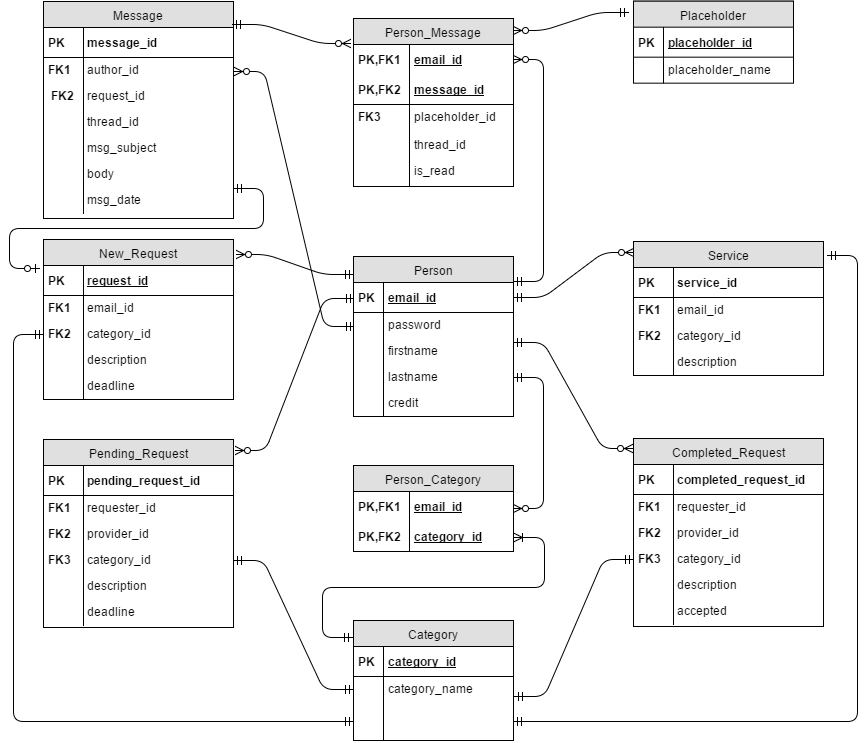
This is ERDiagram.png from Sarin1204/DBFiverr, a draw.io export, as it was before one commit. Source tidied: cells renumbered, new cells last; positions are measured from the earlier drawing's top-left corner, leaving out a move shared by most shapes.
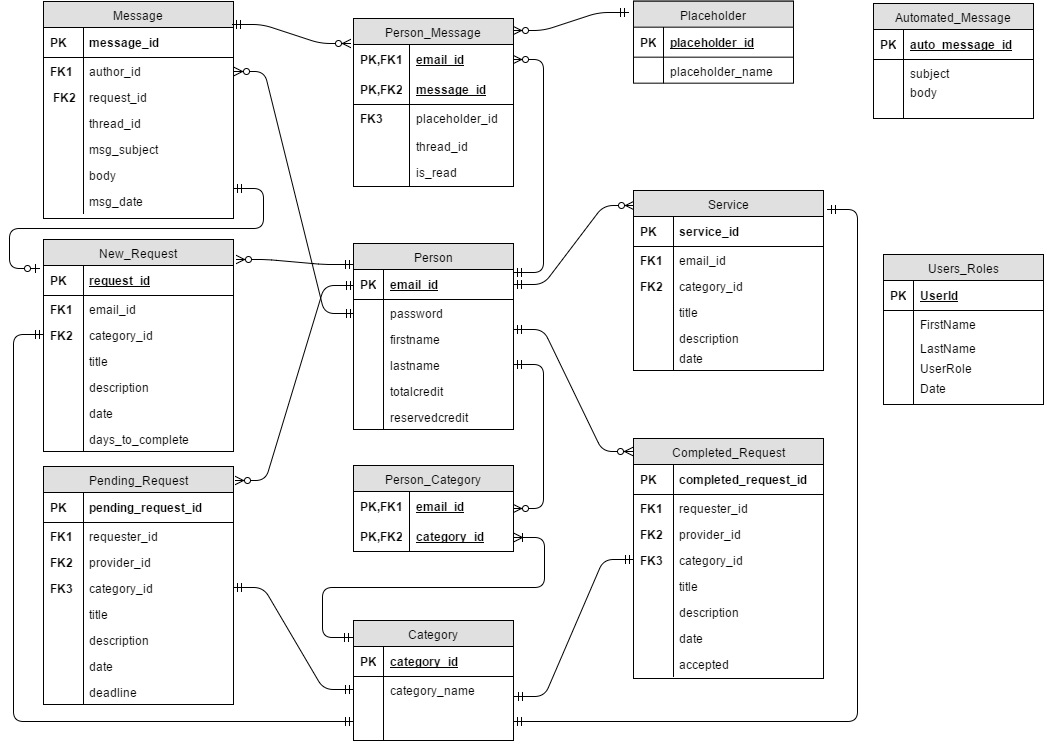
After the commit.

Change to the diagram source:
```diff
@@ -29,3 +29,3 @@
     <mxCell id="10" value="New_Request" style="swimlane;html=1;fontStyle=0;horizontal=1;startSize=26;fillColor=#e0e0e0;swimlaneFillColor=#ffffff;align=center;direction=east;" parent="1" vertex="1">
-      <mxGeometry x="4" y="238" width="190" height="160" as="geometry" />
+      <mxGeometry x="4" y="238" width="190" height="212" as="geometry" />
     </mxCell>
@@ -49,4 +49,10 @@
     </mxCell>
+    <mxCell id="118" value="&amp;nbsp; &amp;nbsp;title" style="shape=partialRectangle;top=0;left=0;right=0;bottom=0;html=1;align=left;verticalAlign=top;fillColor=none;spacingLeft=34;spacingRight=4;whiteSpace=wrap;overflow=hidden;" parent="10" vertex="1">
+      <mxGeometry y="108" width="190" height="26" as="geometry" />
+    </mxCell>
+    <mxCell id="119" style="shape=partialRectangle;top=0;left=0;bottom=0;html=1;fillColor=none;align=left;verticalAlign=top;spacingLeft=4;spacingRight=4;whiteSpace=wrap;overflow=hidden;" parent="118" vertex="1">
+      <mxGeometry width="40" height="26" as="geometry" />
+    </mxCell>
     <mxCell id="17" value="&amp;nbsp; &amp;nbsp;description" style="shape=partialRectangle;top=0;left=0;right=0;bottom=0;html=1;align=left;verticalAlign=top;fillColor=none;spacingLeft=34;spacingRight=4;whiteSpace=wrap;overflow=hidden;" parent="10" vertex="1">
-      <mxGeometry y="108" width="190" height="26" as="geometry" />
+      <mxGeometry y="134" width="190" height="26" as="geometry" />
     </mxCell>
@@ -55,4 +61,4 @@
     </mxCell>
-    <mxCell id="19" value="&amp;nbsp; &amp;nbsp;deadline" style="shape=partialRectangle;top=0;left=0;right=0;bottom=0;html=1;align=left;verticalAlign=top;fillColor=none;spacingLeft=34;spacingRight=4;whiteSpace=wrap;overflow=hidden;" parent="10" vertex="1">
-      <mxGeometry y="134" width="190" height="26" as="geometry" />
+    <mxCell id="19" value="&amp;nbsp; &amp;nbsp;date" style="shape=partialRectangle;top=0;left=0;right=0;bottom=0;html=1;align=left;verticalAlign=top;fillColor=none;spacingLeft=34;spacingRight=4;whiteSpace=wrap;overflow=hidden;" parent="10" vertex="1">
+      <mxGeometry y="160" width="190" height="26" as="geometry" />
     </mxCell>
@@ -61,2 +67,8 @@
     </mxCell>
+    <mxCell id="120" value="&amp;nbsp; &amp;nbsp;days_to_complete" style="shape=partialRectangle;top=0;left=0;right=0;bottom=0;html=1;align=left;verticalAlign=top;fillColor=none;spacingLeft=34;spacingRight=4;whiteSpace=wrap;overflow=hidden;" parent="10" vertex="1">
+      <mxGeometry y="186" width="190" height="26" as="geometry" />
+    </mxCell>
+    <mxCell id="121" style="shape=partialRectangle;top=0;left=0;bottom=0;html=1;fillColor=none;align=left;verticalAlign=top;spacingLeft=4;spacingRight=4;whiteSpace=wrap;overflow=hidden;" parent="120" vertex="1">
+      <mxGeometry width="40" height="26" as="geometry" />
+    </mxCell>
     <mxCell id="21" value="&lt;span&gt;Person_Message&lt;/span&gt;" style="swimlane;html=1;fontStyle=0;horizontal=1;startSize=26;fillColor=#e0e0e0;swimlaneFillColor=#ffffff;align=center;" parent="1" vertex="1">
@@ -110,3 +122,3 @@
     <mxCell id="37" value="&lt;span&gt;Service&lt;/span&gt;" style="swimlane;html=1;fontStyle=0;horizontal=1;startSize=26;fillColor=#e0e0e0;swimlaneFillColor=#ffffff;align=center;direction=east;" parent="1" vertex="1">
-      <mxGeometry x="594" y="240" width="190" height="134" as="geometry" />
+      <mxGeometry x="594" y="189" width="190" height="180" as="geometry" />
     </mxCell>
@@ -130,10 +142,16 @@
     </mxCell>
+    <mxCell id="122" value="&amp;nbsp; &amp;nbsp;title" style="shape=partialRectangle;top=0;left=0;right=0;bottom=0;html=1;align=left;verticalAlign=top;fillColor=none;spacingLeft=34;spacingRight=4;whiteSpace=wrap;overflow=hidden;" parent="37" vertex="1">
+      <mxGeometry y="108" width="190" height="26" as="geometry" />
+    </mxCell>
+    <mxCell id="123" style="shape=partialRectangle;top=0;left=0;bottom=0;html=1;fillColor=none;align=left;verticalAlign=top;spacingLeft=4;spacingRight=4;whiteSpace=wrap;overflow=hidden;" parent="122" vertex="1">
+      <mxGeometry width="40" height="26" as="geometry" />
+    </mxCell>
     <mxCell id="44" value="&amp;nbsp; &amp;nbsp;description" style="shape=partialRectangle;top=0;left=0;right=0;bottom=0;html=1;align=left;verticalAlign=top;fillColor=none;spacingLeft=34;spacingRight=4;whiteSpace=wrap;overflow=hidden;" parent="37" vertex="1">
-      <mxGeometry y="108" width="190" height="26" as="geometry" />
+      <mxGeometry y="134" width="190" height="26" as="geometry" />
     </mxCell>
-    <mxCell id="45" style="shape=partialRectangle;top=0;left=0;bottom=0;html=1;fillColor=none;align=left;verticalAlign=top;spacingLeft=4;spacingRight=4;whiteSpace=wrap;overflow=hidden;" parent="44" vertex="1">
-      <mxGeometry width="40" height="26" as="geometry" />
-    </mxCell>
+    <mxCell id="124" style="shape=partialRectangle;top=0;left=0;bottom=0;html=1;fillColor=none;align=left;verticalAlign=top;spacingLeft=4;spacingRight=4;whiteSpace=wrap;overflow=hidden;" parent="44" vertex="1">
+      <mxGeometry width="40" height="26" as="geometry" />
+    </mxCell>
     <mxCell id="46" value="&lt;span&gt;Pending_Request&lt;/span&gt;" style="swimlane;html=1;fontStyle=0;horizontal=1;startSize=26;fillColor=#e0e0e0;swimlaneFillColor=#ffffff;align=center;direction=east;" parent="1" vertex="1">
-      <mxGeometry x="4" y="438" width="190" height="188" as="geometry" />
+      <mxGeometry x="4" y="465" width="190" height="238" as="geometry" />
     </mxCell>
@@ -163,3 +181,3 @@
     </mxCell>
-    <mxCell id="55" value="&amp;nbsp; &amp;nbsp;description" style="shape=partialRectangle;top=0;left=0;right=0;bottom=0;html=1;align=left;verticalAlign=top;fillColor=none;spacingLeft=34;spacingRight=4;whiteSpace=wrap;overflow=hidden;" parent="46" vertex="1">
+    <mxCell id="55" value="&amp;nbsp; &amp;nbsp;title" style="shape=partialRectangle;top=0;left=0;right=0;bottom=0;html=1;align=left;verticalAlign=top;fillColor=none;spacingLeft=34;spacingRight=4;whiteSpace=wrap;overflow=hidden;" parent="46" vertex="1">
       <mxGeometry y="134" width="190" height="26" as="geometry" />
@@ -169,3 +187,3 @@
     </mxCell>
-    <mxCell id="57" value="&amp;nbsp; &amp;nbsp;deadline" style="shape=partialRectangle;top=0;left=0;right=0;bottom=0;html=1;align=left;verticalAlign=top;fillColor=none;spacingLeft=34;spacingRight=4;whiteSpace=wrap;overflow=hidden;" parent="46" vertex="1">
+    <mxCell id="57" value="&amp;nbsp; &amp;nbsp;description" style="shape=partialRectangle;top=0;left=0;right=0;bottom=0;html=1;align=left;verticalAlign=top;fillColor=none;spacingLeft=34;spacingRight=4;whiteSpace=wrap;overflow=hidden;" parent="46" vertex="1">
       <mxGeometry y="160" width="190" height="26" as="geometry" />
@@ -175,4 +193,16 @@
     </mxCell>
+    <mxCell id="125" value="&amp;nbsp; &amp;nbsp;date" style="shape=partialRectangle;top=0;left=0;right=0;bottom=0;html=1;align=left;verticalAlign=top;fillColor=none;spacingLeft=34;spacingRight=4;whiteSpace=wrap;overflow=hidden;" parent="46" vertex="1">
+      <mxGeometry y="186" width="190" height="26" as="geometry" />
+    </mxCell>
+    <mxCell id="126" style="shape=partialRectangle;top=0;left=0;bottom=0;html=1;fillColor=none;align=left;verticalAlign=top;spacingLeft=4;spacingRight=4;whiteSpace=wrap;overflow=hidden;" parent="125" vertex="1">
+      <mxGeometry width="40" height="26" as="geometry" />
+    </mxCell>
+    <mxCell id="127" value="&amp;nbsp; &amp;nbsp;deadline" style="shape=partialRectangle;top=0;left=0;right=0;bottom=0;html=1;align=left;verticalAlign=top;fillColor=none;spacingLeft=34;spacingRight=4;whiteSpace=wrap;overflow=hidden;" parent="46" vertex="1">
+      <mxGeometry y="212" width="190" height="26" as="geometry" />
+    </mxCell>
+    <mxCell id="128" style="shape=partialRectangle;top=0;left=0;bottom=0;html=1;fillColor=none;align=left;verticalAlign=top;spacingLeft=4;spacingRight=4;whiteSpace=wrap;overflow=hidden;" parent="127" vertex="1">
+      <mxGeometry width="40" height="26" as="geometry" />
+    </mxCell>
     <mxCell id="59" value="&lt;span&gt;Completed_Request&lt;/span&gt;&lt;br&gt;" style="swimlane;html=1;fontStyle=0;horizontal=1;startSize=26;fillColor=#e0e0e0;swimlaneFillColor=#ffffff;align=center;direction=east;" parent="1" vertex="1">
-      <mxGeometry x="594" y="437" width="190" height="188" as="geometry" />
+      <mxGeometry x="594" y="437" width="190" height="240" as="geometry" />
     </mxCell>
@@ -202,3 +232,3 @@
     </mxCell>
-    <mxCell id="68" value="&amp;nbsp; &amp;nbsp;description" style="shape=partialRectangle;top=0;left=0;right=0;bottom=0;html=1;align=left;verticalAlign=top;fillColor=none;spacingLeft=34;spacingRight=4;whiteSpace=wrap;overflow=hidden;" parent="59" vertex="1">
+    <mxCell id="68" value="&amp;nbsp; &amp;nbsp;title" style="shape=partialRectangle;top=0;left=0;right=0;bottom=0;html=1;align=left;verticalAlign=top;fillColor=none;spacingLeft=34;spacingRight=4;whiteSpace=wrap;overflow=hidden;" parent="59" vertex="1">
       <mxGeometry y="134" width="190" height="26" as="geometry" />
@@ -208,3 +238,3 @@
     </mxCell>
-    <mxCell id="70" value="&amp;nbsp; &amp;nbsp;accepted" style="shape=partialRectangle;top=0;left=0;right=0;bottom=0;html=1;align=left;verticalAlign=top;fillColor=none;spacingLeft=34;spacingRight=4;whiteSpace=wrap;overflow=hidden;" parent="59" vertex="1">
+    <mxCell id="70" value="&amp;nbsp; &amp;nbsp;description" style="shape=partialRectangle;top=0;left=0;right=0;bottom=0;html=1;align=left;verticalAlign=top;fillColor=none;spacingLeft=34;spacingRight=4;whiteSpace=wrap;overflow=hidden;" parent="59" vertex="1">
       <mxGeometry y="160" width="190" height="26" as="geometry" />
@@ -214,2 +244,14 @@
     </mxCell>
+    <mxCell id="129" value="&amp;nbsp; &amp;nbsp;date" style="shape=partialRectangle;top=0;left=0;right=0;bottom=0;html=1;align=left;verticalAlign=top;fillColor=none;spacingLeft=34;spacingRight=4;whiteSpace=wrap;overflow=hidden;" parent="59" vertex="1">
+      <mxGeometry y="186" width="190" height="26" as="geometry" />
+    </mxCell>
+    <mxCell id="130" style="shape=partialRectangle;top=0;left=0;bottom=0;html=1;fillColor=none;align=left;verticalAlign=top;spacingLeft=4;spacingRight=4;whiteSpace=wrap;overflow=hidden;" parent="129" vertex="1">
+      <mxGeometry width="40" height="26" as="geometry" />
+    </mxCell>
+    <mxCell id="131" value="&amp;nbsp; &amp;nbsp;accepted" style="shape=partialRectangle;top=0;left=0;right=0;bottom=0;html=1;align=left;verticalAlign=top;fillColor=none;spacingLeft=34;spacingRight=4;whiteSpace=wrap;overflow=hidden;" parent="59" vertex="1">
+      <mxGeometry y="212" width="190" height="26" as="geometry" />
+    </mxCell>
+    <mxCell id="132" style="shape=partialRectangle;top=0;left=0;bottom=0;html=1;fillColor=none;align=left;verticalAlign=top;spacingLeft=4;spacingRight=4;whiteSpace=wrap;overflow=hidden;" parent="131" vertex="1">
+      <mxGeometry width="40" height="26" as="geometry" />
+    </mxCell>
     <mxCell id="72" value="&lt;span&gt;Message&lt;/span&gt;&lt;br&gt;" style="swimlane;html=1;fontStyle=0;horizontal=1;startSize=26;fillColor=#e0e0e0;swimlaneFillColor=#ffffff;align=center;direction=east;" parent="1" vertex="1">
@@ -296,3 +338,3 @@
     <mxCell id="99" value="Person" style="swimlane;html=1;fontStyle=0;horizontal=1;startSize=26;fillColor=#e0e0e0;swimlaneFillColor=#ffffff;align=center;" parent="1" vertex="1">
-      <mxGeometry x="314" y="255" width="160" height="160" as="geometry" />
+      <mxGeometry x="314" y="242" width="160" height="186" as="geometry" />
     </mxCell>
@@ -322,3 +364,3 @@
     </mxCell>
-    <mxCell id="108" value="credit" style="shape=partialRectangle;top=0;left=0;right=0;bottom=0;html=1;align=left;verticalAlign=top;fillColor=none;spacingLeft=34;spacingRight=4;whiteSpace=wrap;overflow=hidden;" parent="99" vertex="1">
+    <mxCell id="108" value="totalcredit" style="shape=partialRectangle;top=0;left=0;right=0;bottom=0;html=1;align=left;verticalAlign=top;fillColor=none;spacingLeft=34;spacingRight=4;whiteSpace=wrap;overflow=hidden;" parent="99" vertex="1">
       <mxGeometry y="134" width="160" height="26" as="geometry" />
@@ -328,2 +370,8 @@
     </mxCell>
+    <mxCell id="133" value="reservedcredit" style="shape=partialRectangle;top=0;left=0;right=0;bottom=0;html=1;align=left;verticalAlign=top;fillColor=none;spacingLeft=34;spacingRight=4;whiteSpace=wrap;overflow=hidden;" parent="99" vertex="1">
+      <mxGeometry y="160" width="160" height="26" as="geometry" />
+    </mxCell>
+    <mxCell id="134" style="shape=partialRectangle;top=0;left=0;bottom=0;html=1;fillColor=none;align=left;verticalAlign=top;spacingLeft=4;spacingRight=4;whiteSpace=wrap;overflow=hidden;" parent="133" vertex="1">
+      <mxGeometry width="30" height="26" as="geometry" />
+    </mxCell>
     <mxCell id="110" style="edgeStyle=entityRelationEdgeStyle;html=1;endArrow=ERmandOne;startArrow=ERmandOne;exitX=1;exitY=0.5;entryX=0;entryY=0.5;" parent="1" edge="1" source="53" target="6">
@@ -355,2 +403,62 @@
     </mxCell>
+    <mxCell id="135" value="Automated_Message" style="swimlane;html=1;fontStyle=0;horizontal=1;startSize=26;fillColor=#e0e0e0;swimlaneFillColor=#ffffff;align=center;" parent="1" vertex="1">
+      <mxGeometry x="834" y="2" width="160" height="115" as="geometry" />
+    </mxCell>
+    <mxCell id="136" value="auto_message_id" style="shape=partialRectangle;top=0;left=0;right=0;bottom=1;html=1;align=left;verticalAlign=middle;fillColor=none;spacingLeft=34;spacingRight=4;whiteSpace=wrap;overflow=hidden;fontStyle=5;" parent="135" vertex="1">
+      <mxGeometry y="26" width="160" height="30" as="geometry" />
+    </mxCell>
+    <mxCell id="137" value="&lt;b&gt;PK&lt;/b&gt;" style="shape=partialRectangle;top=0;left=0;bottom=0;html=1;fillColor=none;align=left;verticalAlign=middle;spacingLeft=4;spacingRight=4;whiteSpace=wrap;overflow=hidden;" parent="136" vertex="1">
+      <mxGeometry width="30" height="30" as="geometry" />
+    </mxCell>
+    <mxCell id="138" value="subject" style="shape=partialRectangle;top=0;left=0;right=0;bottom=0;html=1;align=left;verticalAlign=top;fillColor=none;spacingLeft=34;spacingRight=4;whiteSpace=wrap;overflow=hidden;" parent="135" vertex="1">
+      <mxGeometry y="56" width="160" height="26" as="geometry" />
+    </mxCell>
+    <mxCell id="139" style="shape=partialRectangle;top=0;left=0;bottom=0;html=1;fillColor=none;align=left;verticalAlign=top;spacingLeft=4;spacingRight=4;whiteSpace=wrap;overflow=hidden;" parent="138" vertex="1">
+      <mxGeometry width="30" height="26" as="geometry" />
+    </mxCell>
+    <mxCell id="140" value="Users_Roles" style="swimlane;html=1;fontStyle=0;horizontal=1;startSize=26;fillColor=#e0e0e0;swimlaneFillColor=#ffffff;align=center;" parent="1" vertex="1">
+      <mxGeometry x="844" y="253" width="160" height="150" as="geometry" />
+    </mxCell>
+    <mxCell id="141" value="UserId" style="shape=partialRectangle;top=0;left=0;right=0;bottom=1;html=1;align=left;verticalAlign=middle;fillColor=none;spacingLeft=34;spacingRight=4;whiteSpace=wrap;overflow=hidden;fontStyle=5;" parent="140" vertex="1">
+      <mxGeometry y="26" width="160" height="30" as="geometry" />
+    </mxCell>
+    <mxCell id="142" value="&lt;b&gt;PK&lt;/b&gt;" style="shape=partialRectangle;top=0;left=0;bottom=0;html=1;fillColor=none;align=left;verticalAlign=middle;spacingLeft=4;spacingRight=4;whiteSpace=wrap;overflow=hidden;" parent="141" vertex="1">
+      <mxGeometry width="30" height="30" as="geometry" />
+    </mxCell>
+    <mxCell id="143" value="FirstName" style="shape=partialRectangle;top=0;left=0;right=0;bottom=0;html=1;align=left;verticalAlign=top;fillColor=none;spacingLeft=34;spacingRight=4;whiteSpace=wrap;overflow=hidden;" parent="140" vertex="1">
+      <mxGeometry y="56" width="160" height="24" as="geometry" />
+    </mxCell>
+    <mxCell id="144" style="shape=partialRectangle;top=0;left=0;bottom=0;html=1;fillColor=none;align=left;verticalAlign=top;spacingLeft=4;spacingRight=4;whiteSpace=wrap;overflow=hidden;" parent="143" vertex="1">
+      <mxGeometry width="30" height="24" as="geometry" />
+    </mxCell>
+    <mxCell id="145" value="LastName" style="shape=partialRectangle;top=0;left=0;right=0;bottom=0;html=1;align=left;verticalAlign=top;fillColor=none;spacingLeft=34;spacingRight=4;whiteSpace=wrap;overflow=hidden;" parent="140" vertex="1">
+      <mxGeometry y="80" width="160" height="20" as="geometry" />
+    </mxCell>
+    <mxCell id="146" style="shape=partialRectangle;top=0;left=0;bottom=0;html=1;fillColor=none;align=left;verticalAlign=top;spacingLeft=4;spacingRight=4;whiteSpace=wrap;overflow=hidden;" parent="145" vertex="1">
+      <mxGeometry width="30" height="20" as="geometry" />
+    </mxCell>
+    <mxCell id="147" value="UserRole" style="shape=partialRectangle;top=0;left=0;right=0;bottom=0;html=1;align=left;verticalAlign=top;fillColor=none;spacingLeft=34;spacingRight=4;whiteSpace=wrap;overflow=hidden;" parent="140" vertex="1">
+      <mxGeometry y="100" width="160" height="20" as="geometry" />
+    </mxCell>
+    <mxCell id="148" style="shape=partialRectangle;top=0;left=0;bottom=0;html=1;fillColor=none;align=left;verticalAlign=top;spacingLeft=4;spacingRight=4;whiteSpace=wrap;overflow=hidden;" parent="147" vertex="1">
+      <mxGeometry width="30" height="20" as="geometry" />
+    </mxCell>
+    <mxCell id="149" value="Date" style="shape=partialRectangle;top=0;left=0;right=0;bottom=0;html=1;align=left;verticalAlign=top;fillColor=none;spacingLeft=34;spacingRight=4;whiteSpace=wrap;overflow=hidden;" parent="140" vertex="1">
+      <mxGeometry y="120" width="160" height="30" as="geometry" />
+    </mxCell>
+    <mxCell id="150" style="shape=partialRectangle;top=0;left=0;bottom=0;html=1;fillColor=none;align=left;verticalAlign=top;spacingLeft=4;spacingRight=4;whiteSpace=wrap;overflow=hidden;" parent="149" vertex="1">
+      <mxGeometry width="30" height="30" as="geometry" />
+    </mxCell>
+    <mxCell id="151" value="&lt;div&gt;body&lt;/div&gt;&lt;div&gt;&lt;br&gt;&lt;/div&gt;" style="shape=partialRectangle;top=0;left=0;right=0;bottom=0;html=1;align=left;verticalAlign=top;fillColor=none;spacingLeft=34;spacingRight=4;whiteSpace=wrap;overflow=hidden;" parent="1" vertex="1">
+      <mxGeometry x="834" y="77" width="160" height="40" as="geometry" />
+    </mxCell>
+    <mxCell id="152" style="shape=partialRectangle;top=0;left=0;bottom=0;html=1;fillColor=none;align=left;verticalAlign=top;spacingLeft=4;spacingRight=4;whiteSpace=wrap;overflow=hidden;" parent="151" vertex="1">
+      <mxGeometry width="30" height="40" as="geometry" />
+    </mxCell>
+    <mxCell id="153" value="&amp;nbsp; &amp;nbsp;date" style="shape=partialRectangle;top=0;left=0;right=0;bottom=0;html=1;align=left;verticalAlign=top;fillColor=none;spacingLeft=34;spacingRight=4;whiteSpace=wrap;overflow=hidden;" parent="1" vertex="1">
+      <mxGeometry x="594" y="343" width="190" height="26" as="geometry" />
+    </mxCell>
+    <mxCell id="154" style="shape=partialRectangle;top=0;left=0;bottom=0;html=1;fillColor=none;align=left;verticalAlign=top;spacingLeft=4;spacingRight=4;whiteSpace=wrap;overflow=hidden;" parent="153" vertex="1">
+      <mxGeometry width="40" height="26" as="geometry" />
+    </mxCell>
   </root>
```
